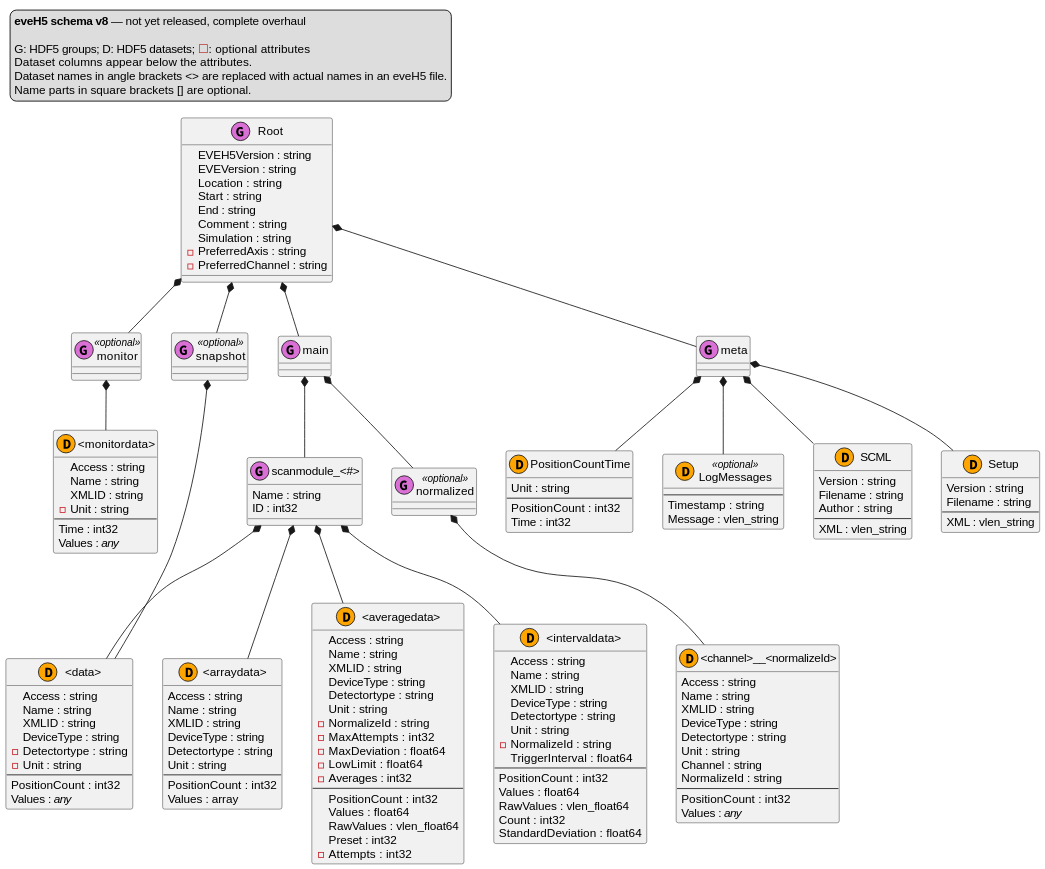
tillbiskup/evedata keeps this PlantUML diagram as docs/uml/eveh5-v8.svg. Above is the earlier version.
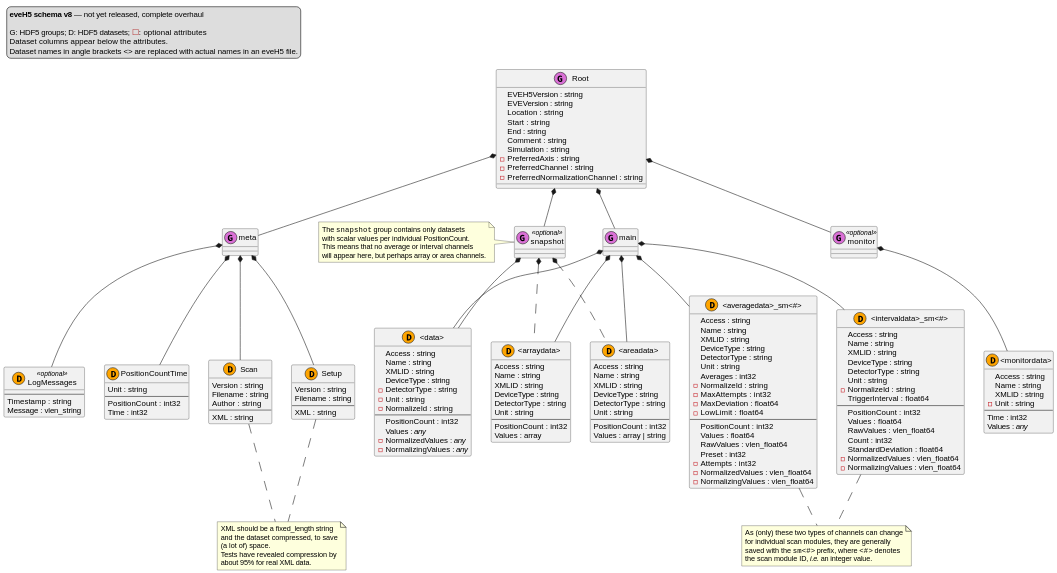
Above is the later version.

Commit message:
New schemas for channel and data types; update eveH5 v7/v8 schemas

Change to the diagram source:
```diff
@@ -6,7 +6,6 @@
     G: HDF5 groups; D: HDF5 datasets; <color:#firebrick><U+2610></color>: optional attributes
     Dataset columns appear below the attributes.
     Dataset names in angle brackets <> are replaced with actual names in an eveH5 file.
-    Name parts in square brackets [] are optional.
 endlegend
 
 class Root << (G,orchid) >> {
@@ -19,6 +18,7 @@
     Simulation : string
     - PreferredAxis : string
     - PreferredChannel : string
+    - PreferredNormalizationChannel : string
 }
 
 Root *-- monitor
@@ -33,86 +33,75 @@
 
 class main << (G,orchid) >> {}
 
-main *-- normalized
-main *-- "scanmodule_<#>"
-
 class snapshot << (G,orchid) >> <<optional>> {}
 
+note left of snapshot
+    The ""snapshot"" group contains only datasets
+    with scalar values per individual PositionCount.
+    This means that no average or interval channels
+    will appear here, but perhaps array or area channels.
+endnote
+
 snapshot *-- "<data>"
+snapshot *.. "<arraydata>"
+snapshot *.. "<areadata>"
 
 class meta << (G,orchid) >> {}
 
 meta *-- PositionCountTime
+meta *-- Scan
+meta *-- Setup
 meta *-- LogMessages
-meta *-- SCML
-meta *-- Setup
 
 class "<data>" << (D,orange) >> {
     Access : string
     Name : string
     XMLID : string
     DeviceType : string
-    - Detectortype : string
+    - DetectorType : string
     - Unit : string
+    - NormalizeId : string
     --
     PositionCount : int32
     Values : <i>any</i>
+    - NormalizedValues : <i>any</i>
+    - NormalizingValues : <i>any</i>
 }
 
-class "scanmodule_<#>" << (G,orchid) >> {
-    Name : string
-    ID : int32
-}
+main *-- "<data>"
+main *-- "<averagedata>_sm<#>"
+main *-- "<intervaldata>_sm<#>"
+main *-- "<arraydata>"
+main *-- "<areadata>"
 
-"scanmodule_<#>" *-- "<data>"
-"scanmodule_<#>" *-- "<averagedata>"
-"scanmodule_<#>" *-- "<intervaldata>"
-"scanmodule_<#>" *-- "<arraydata>"
-
-class normalized << (G,orchid) >> <<optional>> {}
-
-normalized *-- "<channel>__<normalizeId>"
-
-class "<channel>__<normalizeId>" << (D,orange) >> {
+class "<averagedata>_sm<#>" << (D,orange) >> {
     Access : string
     Name : string
     XMLID : string
     DeviceType : string
-    Detectortype : string
+    DetectorType : string
     Unit : string
-    Channel : string
-    NormalizeId : string
-    --
-    PositionCount : int32
-    Values : <i>any</i>
-}
-
-class "<averagedata>" << (D,orange) >> {
-    Access : string
-    Name : string
-    XMLID : string
-    DeviceType : string
-    Detectortype : string
-    Unit : string
+    Averages : int32
     - NormalizeId : string
     - MaxAttempts : int32
     - MaxDeviation : float64
     - LowLimit : float64
-    - Averages : int32
     --
     PositionCount : int32
     Values : float64
     RawValues : vlen_float64
     Preset : int32
     - Attempts : int32
+    - NormalizedValues : vlen_float64
+    - NormalizingValues : vlen_float64
 }
 
-class "<intervaldata>" << (D,orange) >> {
+class "<intervaldata>_sm<#>" << (D,orange) >> {
     Access : string
     Name : string
     XMLID : string
     DeviceType : string
-    Detectortype : string
+    DetectorType : string
     Unit : string
     - NormalizeId : string
     TriggerInterval : float64
@@ -122,18 +111,57 @@
     RawValues : vlen_float64
     Count : int32
     StandardDeviation : float64
+    - NormalizedValues : vlen_float64
+    - NormalizingValues : vlen_float64
 }
+
+note as sm_channel_note
+    As (only) these two types of channels can change
+    for individual scan modules, they are generally
+    saved with the ""sm<#>"" prefix, where ""<#>"" denotes
+    the scan module ID, <i>i.e.</i> an integer value.
+end note
+
+"<intervaldata>_sm<#>" .. sm_channel_note
+"<averagedata>_sm<#>" .. sm_channel_note
 
 class "<arraydata>" << (D,orange) >> {
     Access : string
     Name : string
     XMLID : string
     DeviceType : string
-    Detectortype : string
+    DetectorType : string
     Unit : string
     --
     PositionCount : int32
     Values : array
+}
+
+class "<areadata>" << (D,orange) >> {
+    Access : string
+    Name : string
+    XMLID : string
+    DeviceType : string
+    DetectorType : string
+    Unit : string
+    --
+    PositionCount : int32
+    Values : array | string
+}
+
+class Setup << (D,orange) >> {
+    Version : string
+    Filename : string
+    --
+    XML : string
+}
+
+class Scan << (D,orange) >> {
+    Version : string
+    Filename : string
+    Author : string
+    --
+    XML : string
 }
 
 class PositionCountTime << (D,orange) >> {
@@ -149,21 +177,16 @@
     Message : vlen_string
 }
 
-class SCML << (D,orange) >> {
-    Version : string
-    Filename : string
-    Author : string
-    --
-    XML : vlen_string
-}
+note as SCML_note
+    XML should be a fixed_length string
+    and the dataset compressed, to save
+    (a lot of) space.
+    Tests have revealed compression by
+    about 95% for real XML data.
+end note
 
-class Setup << (D,orange) >> {
-    Version : string
-    Filename : string
-    --
-    XML : vlen_string
-}
-
+Scan .. SCML_note
+Setup .. SCML_note
 
 class "<monitordata>" << (D,orange) >> {
     Access : string
```
